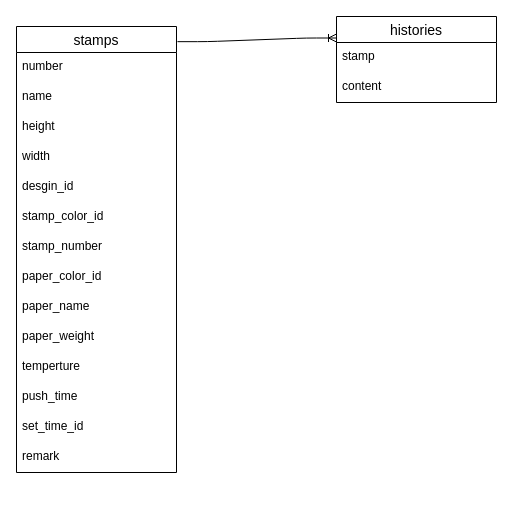
This is stamp.dio from hanacat299/stamp_database_app, a draw.io file, before an edit. Source tidied: cells renumbered, new cells numbered last; positions are measured from the earlier drawing's top-left corner, leaving out a move shared by most shapes. Both pictures are drawn from the tidied source at 100%, with x=0, y=0 at pixel (16, 16).
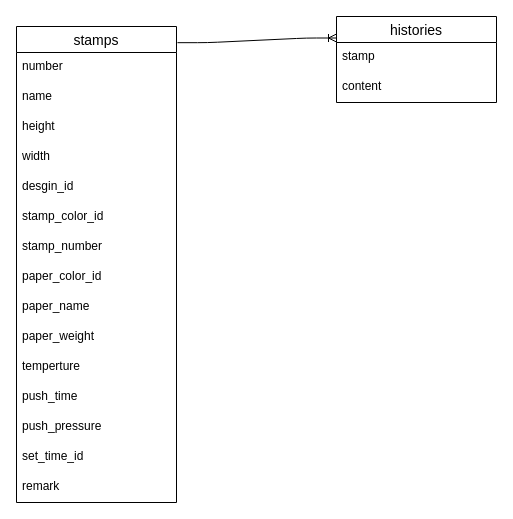
The same page after the edit.

The edit, as a diff of the source:
```diff
@@
     <mxCell id="2" value="stamps" style="swimlane;fontStyle=0;horizontal=1;startSize=26;align=center;fontSize=14;" parent="1" vertex="1">
-      <mxGeometry y="10" width="160" height="446" as="geometry" />
+      <mxGeometry y="10" width="160" height="476" as="geometry" />
     </mxCell>
@@
+    <mxCell id="21" value="push_pressure" style="text;strokeColor=none;fillColor=none;spacingLeft=4;spacingRight=4;overflow=hidden;fontSize=12;" parent="2" vertex="1">
+      <mxGeometry y="386" width="160" height="30" as="geometry" />
+    </mxCell>
     <mxCell id="15" value="set_time_id" style="text;strokeColor=none;fillColor=none;spacingLeft=4;spacingRight=4;overflow=hidden;fontSize=12;" parent="2" vertex="1">
-      <mxGeometry y="386" width="160" height="30" as="geometry" />
+      <mxGeometry y="416" width="160" height="30" as="geometry" />
     </mxCell>
     <mxCell id="16" value="remark" style="text;strokeColor=none;fillColor=none;spacingLeft=4;spacingRight=4;overflow=hidden;fontSize=12;" parent="2" vertex="1">
-      <mxGeometry y="416" width="160" height="30" as="geometry" />
+      <mxGeometry y="446" width="160" height="30" as="geometry" />
     </mxCell>
```
